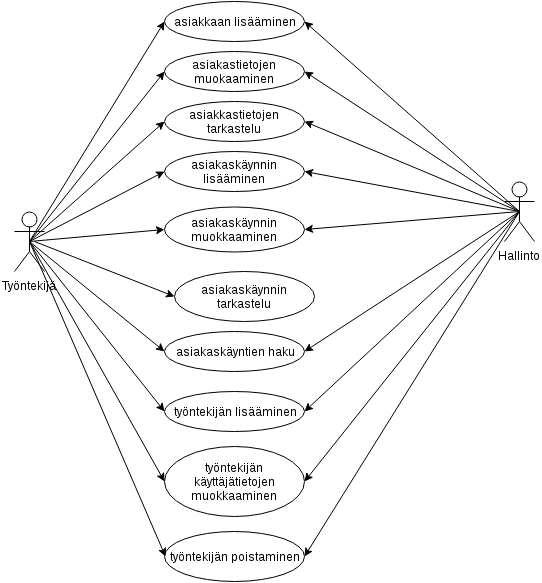
This is doc/doc_markdown/pictures/käyttötapauskaavio.png from anttihaap/Tsoha-Bootstrap, a draw.io export, as it was before one commit. Source tidied: cells renumbered, new cells last; positions are measured from the earlier drawing's top-left corner, leaving out a move shared by most shapes.
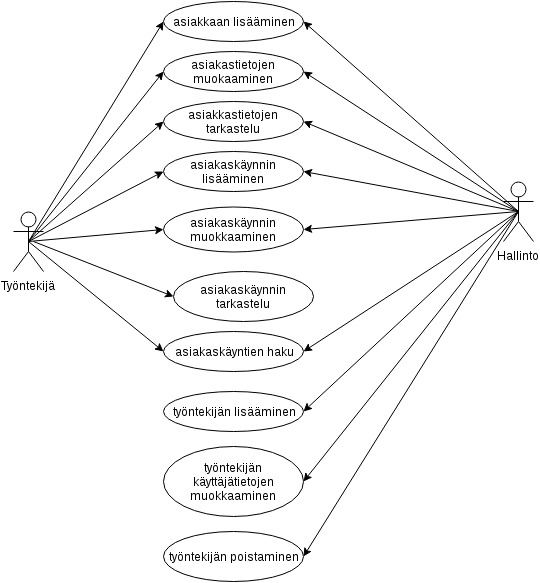
After the change.

Commit message:
Dokumentaation korjailua.

What changed in the source:
```diff
@@ -88,16 +88,5 @@
     <mxCell id="29" style="endArrow=classic;html=1;entryX=0;entryY=0.5;exitX=0.5;exitY=0.5;exitPerimeter=0;" parent="1" edge="1" source="2" target="10">
       <mxGeometry relative="1" as="geometry" />
     </mxCell>
-    <mxCell id="30" style="endArrow=classic;html=1;entryX=0;entryY=0.5;exitX=0.5;exitY=0.5;exitPerimeter=0;" parent="1" edge="1" source="2" target="11">
-      <mxGeometry relative="1" as="geometry" />
-    </mxCell>
-    <mxCell id="31" style="endArrow=classic;html=1;exitX=0.5;exitY=0.5;exitPerimeter=0;entryX=0;entryY=0.5;" parent="1" edge="1" source="2" target="12">
-      <mxGeometry relative="1" as="geometry" />
-    </mxCell>
-    <mxCell id="32" style="endArrow=classic;html=1;exitX=0.5;exitY=0.5;exitPerimeter=0;" parent="1" edge="1" source="2">
-      <mxGeometry relative="1" as="geometry">
-        <mxPoint x="151" y="555" as="targetPoint" />
-      </mxGeometry>
-    </mxCell>
   </root>
 </mxGraphModel>
```
